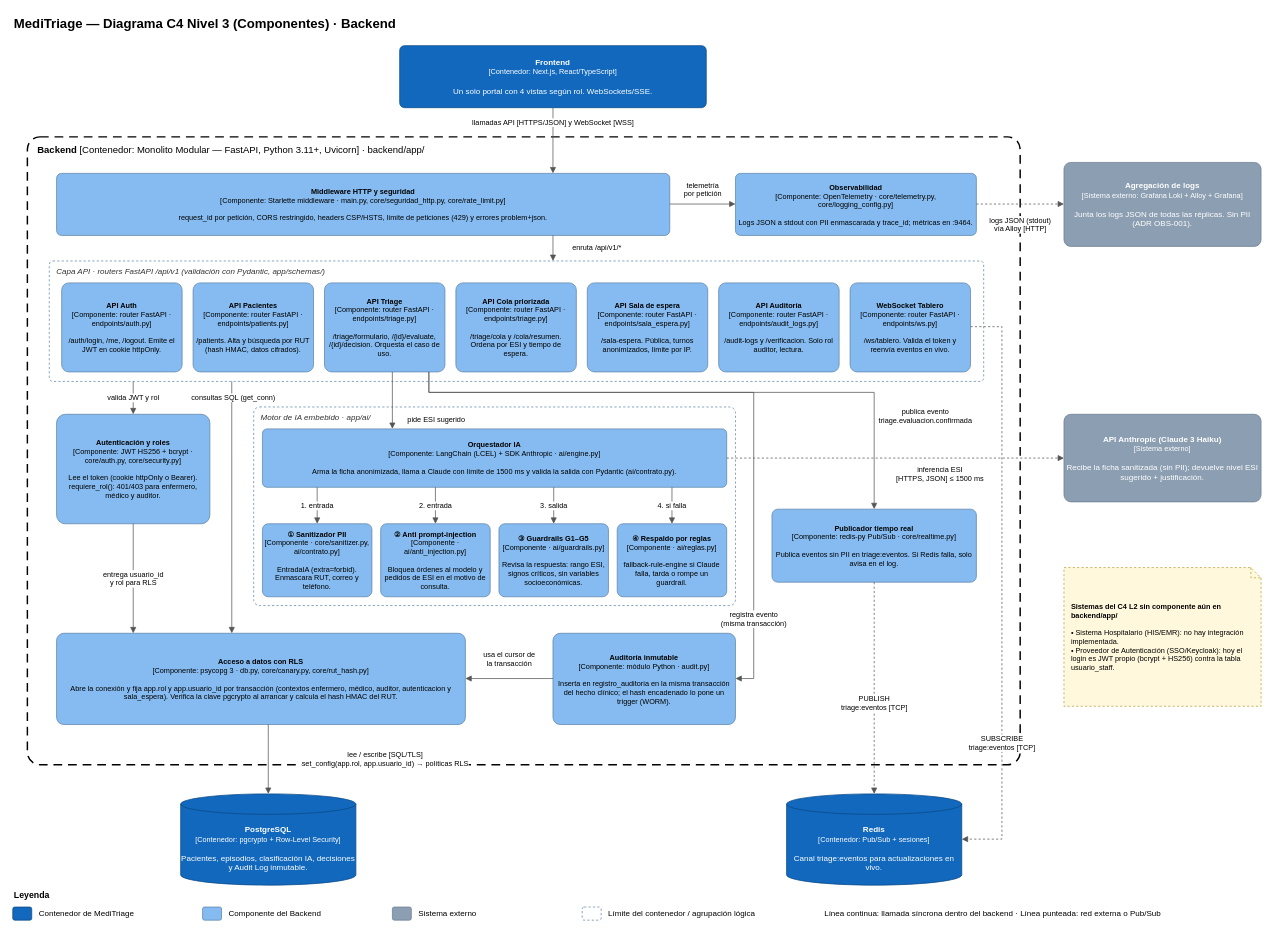
Above: docs/c4/l3-componentes.drawio in triageops-ts/Equipo---MediTriage (draw.io), before the change. Source tidied: cells renumbered, new cells numbered last; positions are measured from the earlier drawing's top-left corner, leaving out a move shared by most shapes. Both pictures are drawn from the tidied source at 73%, with x=0, y=0 at pixel (12, 12).
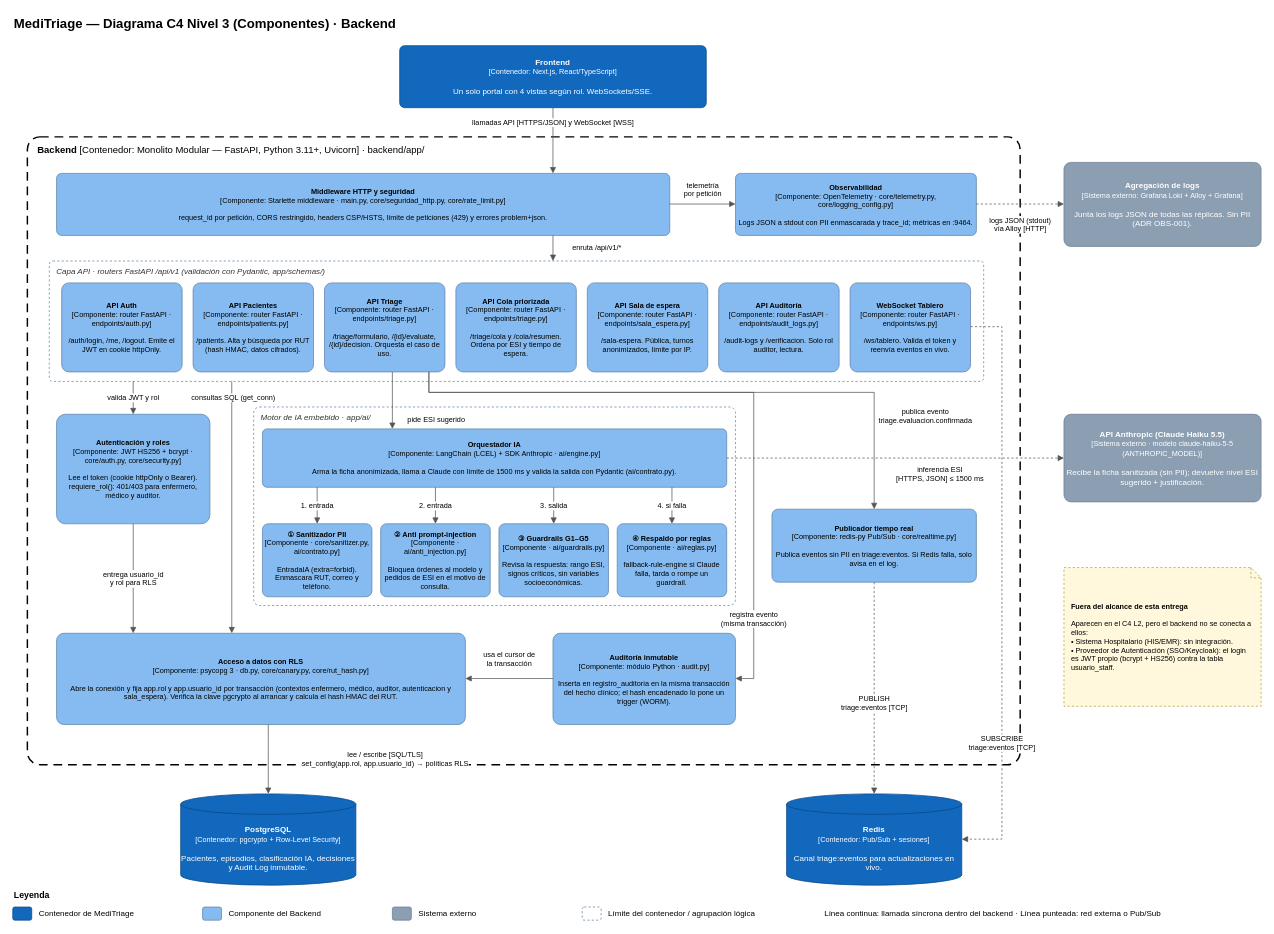
The same page after the edit.

Commit message (it also covers changes not shown here):
docs(c4): L3 usa Claude Haiku 5.5 y marca HIS/Keycloak fuera de alcance

The edit, as a diff of the source:
```diff
@@
-    <mxCell id="10" value="&lt;b&gt;API Anthropic (Claude 3 Haiku)&lt;/b&gt;&lt;br&gt;&lt;font style=&quot;font-size:10px&quot;&gt;[Sistema externo]&lt;/font&gt;&lt;br&gt;&lt;br&gt;Recibe la ficha sanitizada (sin PII); devuelve nivel ESI sugerido + justificación." style="whiteSpace=wrap;html=1;fontFamily=Helvetica;rounded=1;arcSize=8;fillColor=#8C9EB1;strokeColor=#6B7D90;fontColor=#FFFFFF;fontSize=11;" parent="1" vertex="1">
+    <mxCell id="10" value="&lt;b&gt;API Anthropic (Claude Haiku 5.5)&lt;/b&gt;&lt;br&gt;&lt;font style=&quot;font-size:10px&quot;&gt;[Sistema externo · modelo claude-haiku-5-5 (ANTHROPIC_MODEL)]&lt;/font&gt;&lt;br&gt;&lt;br&gt;Recibe la ficha sanitizada (sin PII); devuelve nivel ESI sugerido + justificación." style="whiteSpace=wrap;html=1;fontFamily=Helvetica;rounded=1;arcSize=8;fillColor=#8C9EB1;strokeColor=#6B7D90;fontColor=#FFFFFF;fontSize=11;" parent="1" vertex="1">
       <mxGeometry x="1440" y="550" width="270" height="120" as="geometry" />
     </mxCell>
-    <mxCell id="11" value="&lt;b&gt;Sistemas del C4 L2 sin componente aún en backend/app/&lt;/b&gt;&lt;br&gt;&lt;br&gt;• Sistema Hospitalario (HIS/EMR): no hay integración implementada.&lt;br&gt;• Proveedor de Autenticación (SSO/Keycloak): hoy el login es JWT propio (bcrypt + HS256) contra la tabla usuario_staff." style="whiteSpace=wrap;html=1;fontFamily=Helvetica;shape=note;size=14;dashed=1;fillColor=#FFF8DC;strokeColor=#B59F3B;align=left;spacingLeft=8;spacingRight=8;fontSize=10;" parent="1" vertex="1">
+    <mxCell id="11" value="&lt;b&gt;Fuera del alcance de esta entrega&lt;/b&gt;&lt;br&gt;&lt;br&gt;Aparecen en el C4 L2, pero el backend no se conecta a ellos:&lt;br&gt;• Sistema Hospitalario (HIS/EMR): sin integración.&lt;br&gt;• Proveedor de Autenticación (SSO/Keycloak): el login es JWT propio (bcrypt + HS256) contra la tabla usuario_staff." style="whiteSpace=wrap;html=1;fontFamily=Helvetica;shape=note;size=14;dashed=1;fillColor=#FFF8DC;strokeColor=#B59F3B;align=left;spacingLeft=8;spacingRight=8;fontSize=10;" parent="1" vertex="1">
       <mxGeometry x="1440" y="760" width="270" height="190" as="geometry" />
     </mxCell>
```
